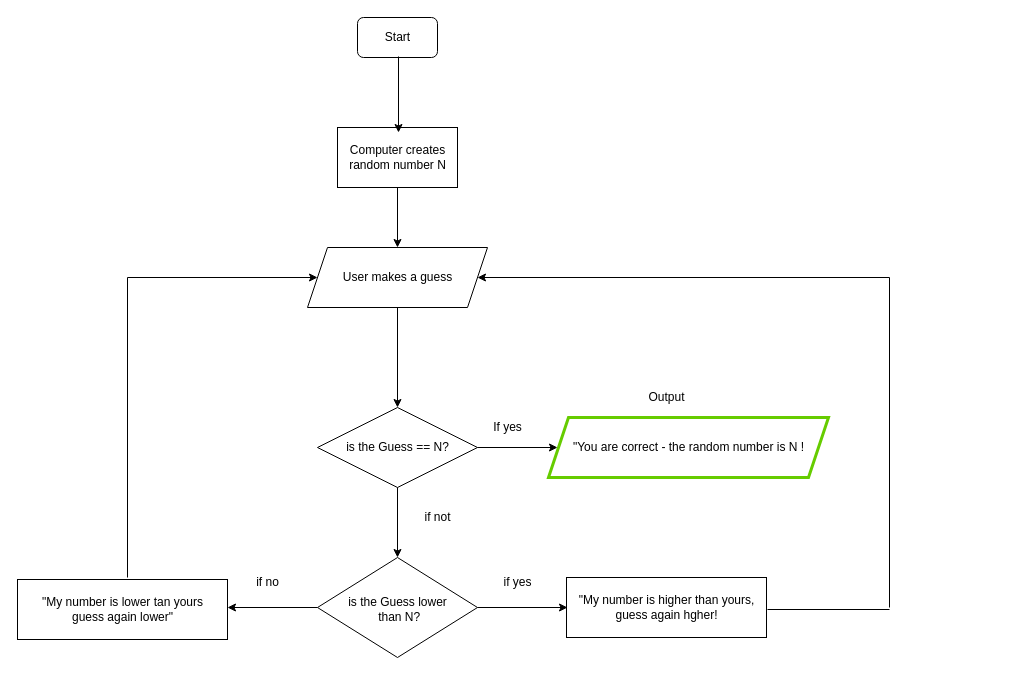
Before: Basic Exercise.drawio in Mark-Kamitz/FE21-Algorithms-kamitz-kheradmand, a draw.io diagram. Source tidied: cells renumbered, new cells numbered last; positions are measured from the earlier drawing's top-left corner, leaving out a move shared by most shapes. Both pictures are drawn from the tidied source at 100%, with x=0, y=0 at pixel (17, 17).
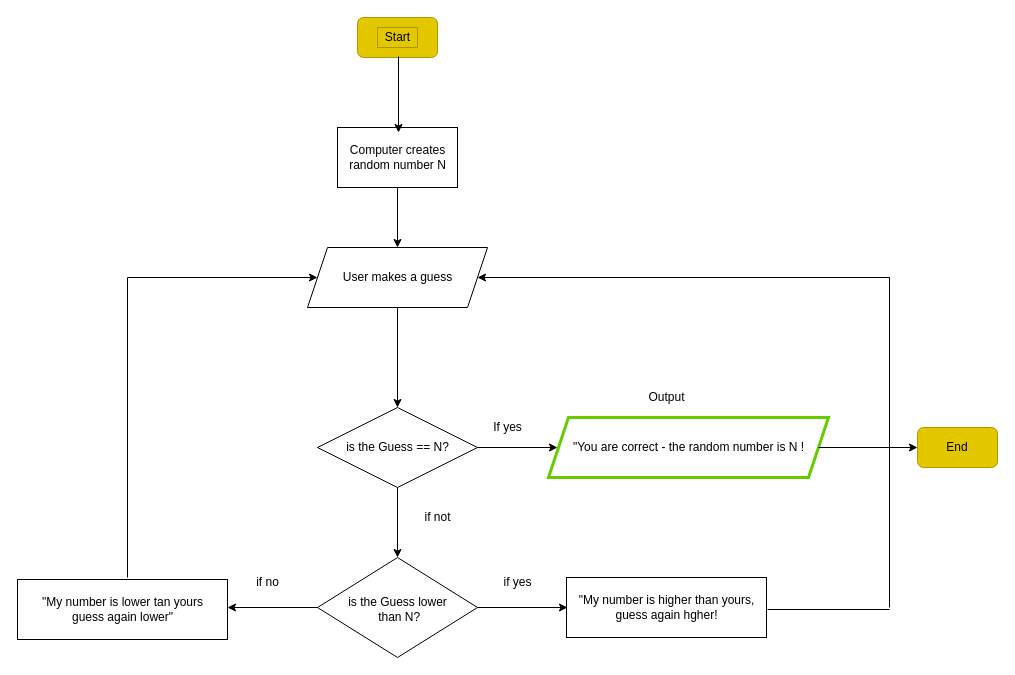
The same diagram, later.

Commit message (it also covers changes not shown here):
basic - intermediate - challenge

Unchanged cells that the change refers to:
```xml
<mxCell id="2" style="shape=parallelogram;perimeter=parallelogramPerimeter;whiteSpace=wrap;html=1;fixedSize=1;strokeColor=#66CC00;strokeWidth=3;" parent="1" vertex="1">
  <mxGeometry x="531" y="400" width="280" height="60" as="geometry" />
</mxCell>
```

What changed in the source:
```diff
@@
-    <mxCell id="5" style="rounded=1;whiteSpace=wrap;html=1;" parent="1" vertex="1">
+    <mxCell id="5" style="rounded=1;whiteSpace=wrap;html=1;fillColor=#e3c800;strokeColor=#B09500;fontColor=#000000;" parent="1" vertex="1">
       <mxGeometry x="340" width="80" height="40" as="geometry" />
     </mxCell>
-    <mxCell id="6" value="Start" style="text;html=1;align=center;verticalAlign=middle;fillColor=none;strokeColor=none;rounded=0;" parent="1" vertex="1">
+    <mxCell id="6" value="Start" style="text;html=1;align=center;verticalAlign=middle;fillColor=#e3c800;strokeColor=#B09500;rounded=0;fontColor=#000000;" parent="1" vertex="1">
       <mxGeometry x="360" y="10" width="40" height="20" as="geometry" />
     </mxCell>
@@
+    <mxCell id="35" style="endArrow=classic;html=1;exitX=1;exitY=0.5;exitDx=0;exitDy=0;entryX=0;entryY=0.5;entryDx=0;entryDy=0;" parent="1" edge="1" source="2" target="36">
+      <mxGeometry relative="1" as="geometry" />
+    </mxCell>
+    <mxCell id="36" value="End" style="rounded=1;whiteSpace=wrap;html=1;fillColor=#e3c800;strokeColor=#B09500;fontColor=#000000;" parent="1" vertex="1">
+      <mxGeometry x="900" y="410" width="80" height="40" as="geometry" />
+    </mxCell>
```
